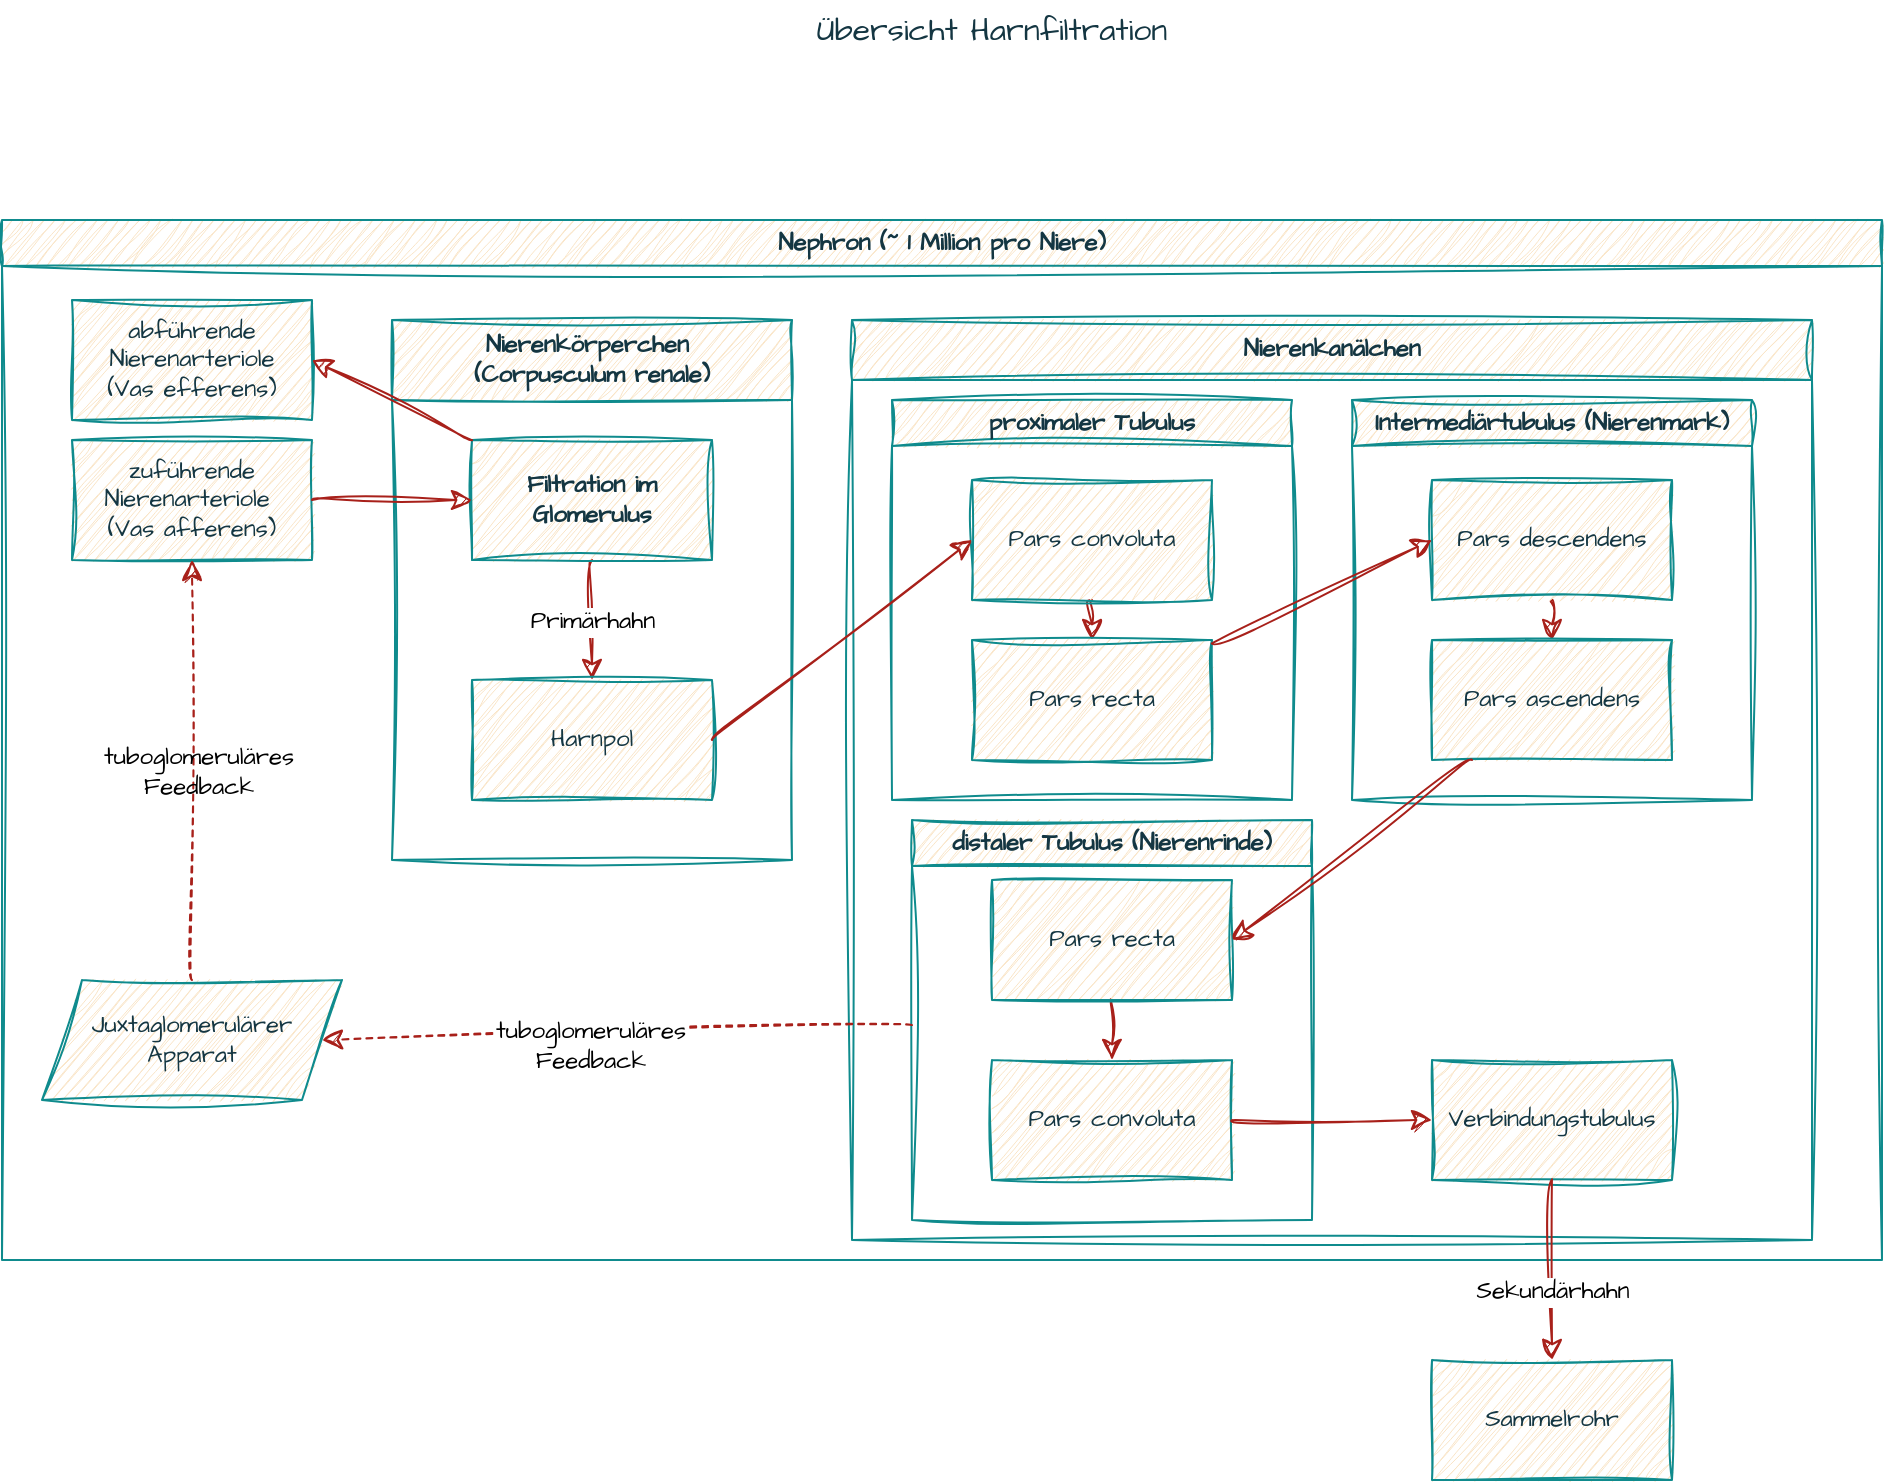
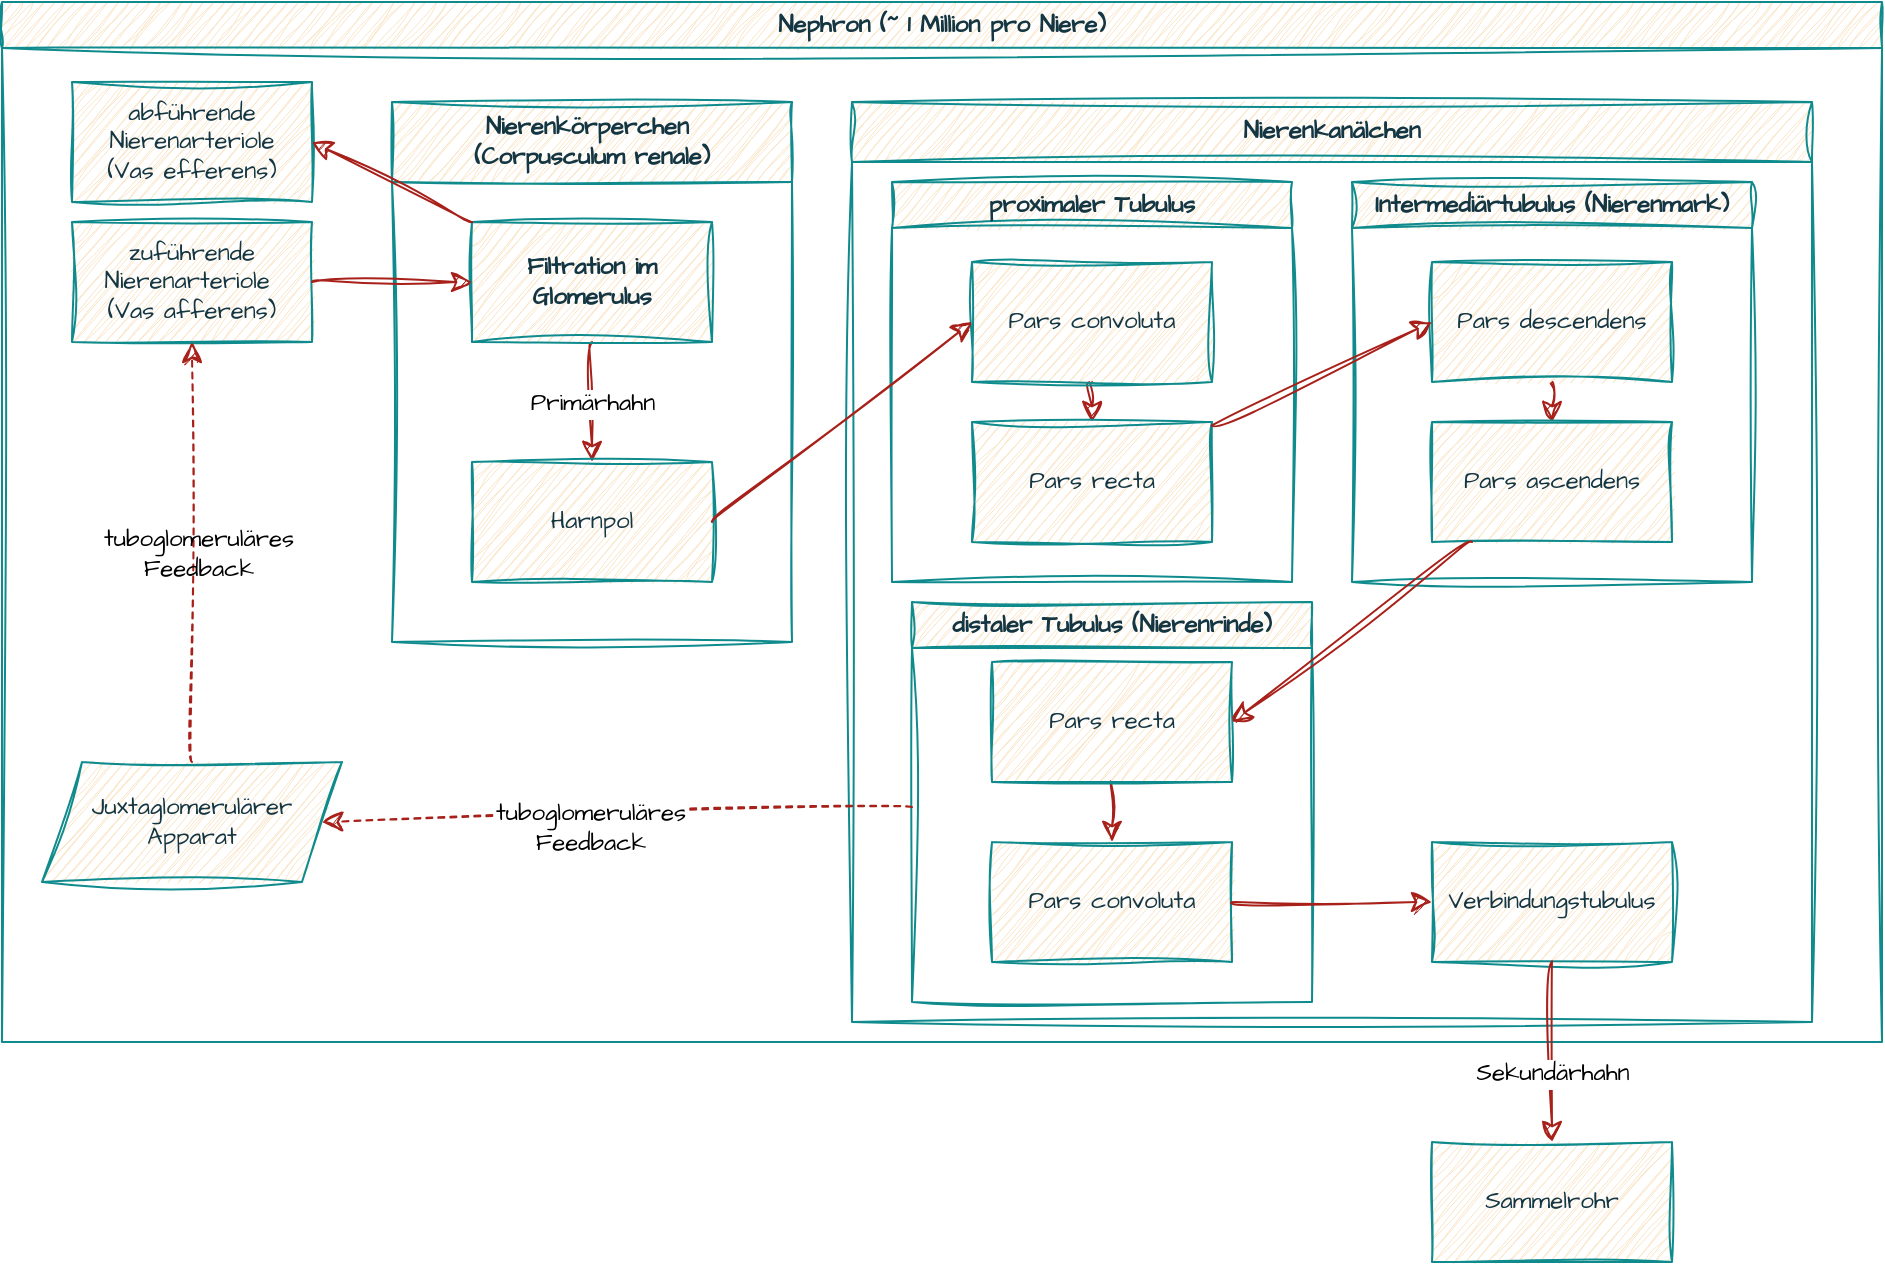
<mxfile host="app.diagrams.net">
  <diagram name="Seite-1" id="I6eGOou8YdSy6Y1GKJWq">
    <mxGraphModel dx="1268" dy="851" grid="1" gridSize="10" guides="1" tooltips="1" connect="1" arrows="1" fold="1" page="1" pageScale="1" pageWidth="1169" pageHeight="1169" math="0" shadow="0">
      <root>
        <mxCell id="0" />
        <mxCell id="1" parent="0" />
-         <mxCell id="ACUqaqOt_2HUggqEhYgN-1" parent="1" style="text;html=1;whiteSpace=wrap;strokeColor=none;fillColor=none;align=center;verticalAlign=middle;rounded=0;fontSize=16;fontFamily=Architects Daughter;fontSource=https%3A%2F%2Ffonts.googleapis.com%2Fcss%3Ffamily%3DArchitects%2BDaughter;sketch=1;curveFitting=1;jiggle=2;labelBackgroundColor=none;fontColor=#143642;" value="Übersicht Harnfiltration" vertex="1">
-           <mxGeometry height="30" width="210" x="410" y="100" as="geometry" />
-         </mxCell>
        <mxCell id="ACUqaqOt_2HUggqEhYgN-5" parent="1" style="swimlane;whiteSpace=wrap;html=1;hachureGap=4;fontFamily=Architects Daughter;fontSource=https%3A%2F%2Ffonts.googleapis.com%2Fcss%3Ffamily%3DArchitects%2BDaughter;rounded=0;sketch=1;curveFitting=1;jiggle=2;labelBackgroundColor=none;fillColor=#FAE5C7;strokeColor=#0F8B8D;fontColor=#143642;" value="Nephron (~ 1 Million pro Niere)" vertex="1">
          <mxGeometry height="520" width="940" x="20" y="210" as="geometry" />
        </mxCell>
        <mxCell id="ACUqaqOt_2HUggqEhYgN-6" parent="ACUqaqOt_2HUggqEhYgN-5" style="swimlane;whiteSpace=wrap;html=1;hachureGap=4;fontFamily=Architects Daughter;fontSource=https%3A%2F%2Ffonts.googleapis.com%2Fcss%3Ffamily%3DArchitects%2BDaughter;startSize=40;rounded=0;sketch=1;curveFitting=1;jiggle=2;labelBackgroundColor=none;fillColor=#FAE5C7;strokeColor=#0F8B8D;fontColor=#143642;" value="Nierenkörperchen&amp;nbsp;&lt;br&gt;(Corpusculum renale)" vertex="1">
          <mxGeometry height="270" width="200" x="195" y="50" as="geometry" />
        </mxCell>
        <mxCell id="ACUqaqOt_2HUggqEhYgN-12" edge="1" parent="ACUqaqOt_2HUggqEhYgN-6" source="ACUqaqOt_2HUggqEhYgN-3" style="edgeStyle=none;curved=1;rounded=0;hachureGap=4;orthogonalLoop=1;jettySize=auto;html=1;fontFamily=Architects Daughter;fontSource=https%3A%2F%2Ffonts.googleapis.com%2Fcss%3Ffamily%3DArchitects%2BDaughter;fontSize=12;startSize=8;endSize=8;sketch=1;curveFitting=1;jiggle=2;labelBackgroundColor=none;strokeColor=#A8201A;fontColor=default;" target="ACUqaqOt_2HUggqEhYgN-11">
          <mxGeometry relative="1" as="geometry" />
        </mxCell>
        <mxCell id="ACUqaqOt_2HUggqEhYgN-13" connectable="0" parent="ACUqaqOt_2HUggqEhYgN-12" style="edgeLabel;html=1;align=center;verticalAlign=middle;resizable=0;points=[];fontSize=12;hachureGap=4;fontFamily=Architects Daughter;fontSource=https%3A%2F%2Ffonts.googleapis.com%2Fcss%3Ffamily%3DArchitects%2BDaughter;rounded=0;sketch=1;curveFitting=1;jiggle=2;" value="Primärhahn" vertex="1">
          <mxGeometry relative="1" x="-0.4056" y="-1" as="geometry">
            <mxPoint x="1" y="13" as="offset" />
          </mxGeometry>
        </mxCell>
        <mxCell id="ACUqaqOt_2HUggqEhYgN-3" parent="ACUqaqOt_2HUggqEhYgN-6" style="whiteSpace=wrap;html=1;hachureGap=4;fontFamily=Architects Daughter;fontSource=https%3A%2F%2Ffonts.googleapis.com%2Fcss%3Ffamily%3DArchitects%2BDaughter;fontStyle=1;rounded=0;sketch=1;curveFitting=1;jiggle=2;labelBackgroundColor=none;fillColor=#FAE5C7;strokeColor=#0F8B8D;fontColor=#143642;" value="Filtration im Glomerulus" vertex="1">
          <mxGeometry height="60" width="120" x="40" y="60" as="geometry" />
        </mxCell>
        <mxCell id="ACUqaqOt_2HUggqEhYgN-11" parent="ACUqaqOt_2HUggqEhYgN-6" style="whiteSpace=wrap;html=1;hachureGap=4;fontFamily=Architects Daughter;fontSource=https%3A%2F%2Ffonts.googleapis.com%2Fcss%3Ffamily%3DArchitects%2BDaughter;rounded=0;sketch=1;curveFitting=1;jiggle=2;labelBackgroundColor=none;fillColor=#FAE5C7;strokeColor=#0F8B8D;fontColor=#143642;" value="Harnpol" vertex="1">
          <mxGeometry height="60" width="120" x="40" y="180" as="geometry" />
        </mxCell>
        <mxCell id="ACUqaqOt_2HUggqEhYgN-2" parent="ACUqaqOt_2HUggqEhYgN-5" style="rounded=0;whiteSpace=wrap;html=1;hachureGap=4;fontFamily=Architects Daughter;fontSource=https%3A%2F%2Ffonts.googleapis.com%2Fcss%3Ffamily%3DArchitects%2BDaughter;sketch=1;curveFitting=1;jiggle=2;labelBackgroundColor=none;fillColor=#FAE5C7;strokeColor=#0F8B8D;fontColor=#143642;" value="zuführende Nierenarteriole&amp;nbsp;&lt;br&gt;(Vas afferens)" vertex="1">
          <mxGeometry height="60" width="120" x="35" y="110" as="geometry" />
        </mxCell>
        <mxCell id="ACUqaqOt_2HUggqEhYgN-8" edge="1" parent="ACUqaqOt_2HUggqEhYgN-5" source="ACUqaqOt_2HUggqEhYgN-2" style="edgeStyle=none;curved=1;rounded=0;hachureGap=4;orthogonalLoop=1;jettySize=auto;html=1;entryX=0;entryY=0.5;entryDx=0;entryDy=0;fontFamily=Architects Daughter;fontSource=https%3A%2F%2Ffonts.googleapis.com%2Fcss%3Ffamily%3DArchitects%2BDaughter;fontSize=12;startSize=8;endSize=8;sketch=1;curveFitting=1;jiggle=2;labelBackgroundColor=none;strokeColor=#A8201A;fontColor=default;" target="ACUqaqOt_2HUggqEhYgN-3">
          <mxGeometry relative="1" as="geometry" />
        </mxCell>
        <mxCell id="ACUqaqOt_2HUggqEhYgN-36" edge="1" parent="ACUqaqOt_2HUggqEhYgN-5" source="ACUqaqOt_2HUggqEhYgN-33" style="edgeStyle=none;curved=1;rounded=0;hachureGap=4;orthogonalLoop=1;jettySize=auto;html=1;entryX=0.5;entryY=1;entryDx=0;entryDy=0;fontFamily=Architects Daughter;fontSource=https%3A%2F%2Ffonts.googleapis.com%2Fcss%3Ffamily%3DArchitects%2BDaughter;fontSize=12;startSize=8;endSize=8;dashed=1;sketch=1;curveFitting=1;jiggle=2;labelBackgroundColor=none;strokeColor=#A8201A;fontColor=default;" target="ACUqaqOt_2HUggqEhYgN-2">
          <mxGeometry relative="1" as="geometry" />
        </mxCell>
        <mxCell id="ACUqaqOt_2HUggqEhYgN-33" parent="ACUqaqOt_2HUggqEhYgN-5" style="shape=parallelogram;perimeter=parallelogramPerimeter;whiteSpace=wrap;html=1;fixedSize=1;hachureGap=4;fontFamily=Architects Daughter;fontSource=https%3A%2F%2Ffonts.googleapis.com%2Fcss%3Ffamily%3DArchitects%2BDaughter;rounded=0;sketch=1;curveFitting=1;jiggle=2;labelBackgroundColor=none;fillColor=#FAE5C7;strokeColor=#0F8B8D;fontColor=#143642;" value="Juxtaglomerulärer&lt;br&gt;Apparat" vertex="1">
          <mxGeometry height="60" width="150" x="20" y="380" as="geometry" />
        </mxCell>
        <mxCell id="ACUqaqOt_2HUggqEhYgN-9" parent="ACUqaqOt_2HUggqEhYgN-5" style="whiteSpace=wrap;html=1;hachureGap=4;fontFamily=Architects Daughter;fontSource=https%3A%2F%2Ffonts.googleapis.com%2Fcss%3Ffamily%3DArchitects%2BDaughter;rounded=0;sketch=1;curveFitting=1;jiggle=2;labelBackgroundColor=none;fillColor=#FAE5C7;strokeColor=#0F8B8D;fontColor=#143642;" value="&lt;div&gt;abführende Nierenarteriole&lt;/div&gt;(Vas efferens)" vertex="1">
          <mxGeometry height="60" width="120" x="35" y="40" as="geometry" />
        </mxCell>
        <mxCell id="ACUqaqOt_2HUggqEhYgN-10" edge="1" parent="ACUqaqOt_2HUggqEhYgN-5" source="ACUqaqOt_2HUggqEhYgN-3" style="edgeStyle=none;curved=1;rounded=0;hachureGap=4;orthogonalLoop=1;jettySize=auto;html=1;entryX=1;entryY=0.5;entryDx=0;entryDy=0;fontFamily=Architects Daughter;fontSource=https%3A%2F%2Ffonts.googleapis.com%2Fcss%3Ffamily%3DArchitects%2BDaughter;fontSize=12;startSize=8;endSize=8;sketch=1;curveFitting=1;jiggle=2;labelBackgroundColor=none;strokeColor=#A8201A;fontColor=default;" target="ACUqaqOt_2HUggqEhYgN-9">
          <mxGeometry relative="1" as="geometry" />
        </mxCell>
        <mxCell id="ACUqaqOt_2HUggqEhYgN-7" parent="ACUqaqOt_2HUggqEhYgN-5" style="swimlane;whiteSpace=wrap;html=1;hachureGap=4;fontFamily=Architects Daughter;fontSource=https://fonts.googleapis.com/css?family=Architects+Daughter;startSize=30;rounded=0;sketch=1;curveFitting=1;jiggle=2;labelBackgroundColor=none;fillColor=#FAE5C7;strokeColor=#0F8B8D;fontColor=#143642;" value="Nierenkanälchen" vertex="1">
          <mxGeometry height="460" width="480" x="425" y="50" as="geometry" />
        </mxCell>
        <mxCell id="ACUqaqOt_2HUggqEhYgN-15" parent="ACUqaqOt_2HUggqEhYgN-7" style="swimlane;whiteSpace=wrap;html=1;hachureGap=4;fontFamily=Architects Daughter;fontSource=https%3A%2F%2Ffonts.googleapis.com%2Fcss%3Ffamily%3DArchitects%2BDaughter;rounded=0;sketch=1;curveFitting=1;jiggle=2;labelBackgroundColor=none;fillColor=#FAE5C7;strokeColor=#0F8B8D;fontColor=#143642;" value="proximaler Tubulus" vertex="1">
          <mxGeometry height="200" width="200" x="20" y="40" as="geometry" />
        </mxCell>
        <mxCell id="ACUqaqOt_2HUggqEhYgN-22" edge="1" parent="ACUqaqOt_2HUggqEhYgN-15" source="ACUqaqOt_2HUggqEhYgN-16" style="edgeStyle=none;curved=1;rounded=0;hachureGap=4;orthogonalLoop=1;jettySize=auto;html=1;fontFamily=Architects Daughter;fontSource=https%3A%2F%2Ffonts.googleapis.com%2Fcss%3Ffamily%3DArchitects%2BDaughter;fontSize=12;startSize=8;endSize=8;sketch=1;curveFitting=1;jiggle=2;labelBackgroundColor=none;strokeColor=#A8201A;fontColor=default;" target="ACUqaqOt_2HUggqEhYgN-17">
          <mxGeometry relative="1" as="geometry" />
        </mxCell>
        <mxCell id="ACUqaqOt_2HUggqEhYgN-16" parent="ACUqaqOt_2HUggqEhYgN-15" style="whiteSpace=wrap;html=1;hachureGap=4;fontFamily=Architects Daughter;fontSource=https%3A%2F%2Ffonts.googleapis.com%2Fcss%3Ffamily%3DArchitects%2BDaughter;rounded=0;sketch=1;curveFitting=1;jiggle=2;labelBackgroundColor=none;fillColor=#FAE5C7;strokeColor=#0F8B8D;fontColor=#143642;" value="Pars convoluta" vertex="1">
          <mxGeometry height="60" width="120" x="40" y="40" as="geometry" />
        </mxCell>
        <mxCell id="ACUqaqOt_2HUggqEhYgN-17" parent="ACUqaqOt_2HUggqEhYgN-15" style="whiteSpace=wrap;html=1;hachureGap=4;fontFamily=Architects Daughter;fontSource=https%3A%2F%2Ffonts.googleapis.com%2Fcss%3Ffamily%3DArchitects%2BDaughter;rounded=0;sketch=1;curveFitting=1;jiggle=2;labelBackgroundColor=none;fillColor=#FAE5C7;strokeColor=#0F8B8D;fontColor=#143642;" value="Pars recta" vertex="1">
          <mxGeometry height="60" width="120" x="40" y="120" as="geometry" />
        </mxCell>
        <mxCell id="ACUqaqOt_2HUggqEhYgN-18" parent="ACUqaqOt_2HUggqEhYgN-7" style="swimlane;whiteSpace=wrap;html=1;hachureGap=4;fontFamily=Architects Daughter;fontSource=https%3A%2F%2Ffonts.googleapis.com%2Fcss%3Ffamily%3DArchitects%2BDaughter;startSize=23;rounded=0;sketch=1;curveFitting=1;jiggle=2;labelBackgroundColor=none;fillColor=#FAE5C7;strokeColor=#0F8B8D;fontColor=#143642;" value="Intermediärtubulus (Nierenmark)" vertex="1">
          <mxGeometry height="200" width="200" x="250" y="40" as="geometry" />
        </mxCell>
        <mxCell id="ACUqaqOt_2HUggqEhYgN-24" edge="1" parent="ACUqaqOt_2HUggqEhYgN-18" source="ACUqaqOt_2HUggqEhYgN-19" style="edgeStyle=none;curved=1;rounded=0;hachureGap=4;orthogonalLoop=1;jettySize=auto;html=1;fontFamily=Architects Daughter;fontSource=https%3A%2F%2Ffonts.googleapis.com%2Fcss%3Ffamily%3DArchitects%2BDaughter;fontSize=12;startSize=8;endSize=8;sketch=1;curveFitting=1;jiggle=2;labelBackgroundColor=none;strokeColor=#A8201A;fontColor=default;" target="ACUqaqOt_2HUggqEhYgN-20">
          <mxGeometry relative="1" as="geometry" />
        </mxCell>
        <mxCell id="ACUqaqOt_2HUggqEhYgN-19" parent="ACUqaqOt_2HUggqEhYgN-18" style="whiteSpace=wrap;html=1;hachureGap=4;fontFamily=Architects Daughter;fontSource=https%3A%2F%2Ffonts.googleapis.com%2Fcss%3Ffamily%3DArchitects%2BDaughter;rounded=0;sketch=1;curveFitting=1;jiggle=2;labelBackgroundColor=none;fillColor=#FAE5C7;strokeColor=#0F8B8D;fontColor=#143642;" value="Pars descendens" vertex="1">
          <mxGeometry height="60" width="120" x="40" y="40" as="geometry" />
        </mxCell>
        <mxCell id="ACUqaqOt_2HUggqEhYgN-20" parent="ACUqaqOt_2HUggqEhYgN-18" style="whiteSpace=wrap;html=1;hachureGap=4;fontFamily=Architects Daughter;fontSource=https%3A%2F%2Ffonts.googleapis.com%2Fcss%3Ffamily%3DArchitects%2BDaughter;rounded=0;sketch=1;curveFitting=1;jiggle=2;labelBackgroundColor=none;fillColor=#FAE5C7;strokeColor=#0F8B8D;fontColor=#143642;" value="Pars ascendens" vertex="1">
          <mxGeometry height="60" width="120" x="40" y="120" as="geometry" />
        </mxCell>
        <mxCell id="ACUqaqOt_2HUggqEhYgN-23" edge="1" parent="ACUqaqOt_2HUggqEhYgN-7" source="ACUqaqOt_2HUggqEhYgN-17" style="edgeStyle=none;curved=1;rounded=0;hachureGap=4;orthogonalLoop=1;jettySize=auto;html=1;entryX=0;entryY=0.5;entryDx=0;entryDy=0;fontFamily=Architects Daughter;fontSource=https%3A%2F%2Ffonts.googleapis.com%2Fcss%3Ffamily%3DArchitects%2BDaughter;fontSize=12;startSize=8;endSize=8;sketch=1;curveFitting=1;jiggle=2;labelBackgroundColor=none;strokeColor=#A8201A;fontColor=default;" target="ACUqaqOt_2HUggqEhYgN-19">
          <mxGeometry relative="1" as="geometry" />
        </mxCell>
        <mxCell id="ACUqaqOt_2HUggqEhYgN-25" parent="ACUqaqOt_2HUggqEhYgN-7" style="swimlane;whiteSpace=wrap;html=1;hachureGap=4;fontFamily=Architects Daughter;fontSource=https%3A%2F%2Ffonts.googleapis.com%2Fcss%3Ffamily%3DArchitects%2BDaughter;rounded=0;sketch=1;curveFitting=1;jiggle=2;labelBackgroundColor=none;fillColor=#FAE5C7;strokeColor=#0F8B8D;fontColor=#143642;" value="distaler Tubulus (Nierenrinde)" vertex="1">
          <mxGeometry height="200" width="200" x="30" y="250" as="geometry" />
        </mxCell>
        <mxCell id="ACUqaqOt_2HUggqEhYgN-29" edge="1" parent="ACUqaqOt_2HUggqEhYgN-25" source="ACUqaqOt_2HUggqEhYgN-26" style="edgeStyle=none;curved=1;rounded=0;hachureGap=4;orthogonalLoop=1;jettySize=auto;html=1;fontFamily=Architects Daughter;fontSource=https%3A%2F%2Ffonts.googleapis.com%2Fcss%3Ffamily%3DArchitects%2BDaughter;fontSize=12;startSize=8;endSize=8;sketch=1;curveFitting=1;jiggle=2;labelBackgroundColor=none;strokeColor=#A8201A;fontColor=default;" target="ACUqaqOt_2HUggqEhYgN-28">
          <mxGeometry relative="1" as="geometry" />
        </mxCell>
        <mxCell id="ACUqaqOt_2HUggqEhYgN-26" parent="ACUqaqOt_2HUggqEhYgN-25" style="whiteSpace=wrap;html=1;hachureGap=4;fontFamily=Architects Daughter;fontSource=https%3A%2F%2Ffonts.googleapis.com%2Fcss%3Ffamily%3DArchitects%2BDaughter;rounded=0;sketch=1;curveFitting=1;jiggle=2;labelBackgroundColor=none;fillColor=#FAE5C7;strokeColor=#0F8B8D;fontColor=#143642;" value="Pars recta" vertex="1">
          <mxGeometry height="60" width="120" x="40" y="30" as="geometry" />
        </mxCell>
        <mxCell id="ACUqaqOt_2HUggqEhYgN-28" parent="ACUqaqOt_2HUggqEhYgN-25" style="whiteSpace=wrap;html=1;hachureGap=4;fontFamily=Architects Daughter;fontSource=https%3A%2F%2Ffonts.googleapis.com%2Fcss%3Ffamily%3DArchitects%2BDaughter;rounded=0;sketch=1;curveFitting=1;jiggle=2;labelBackgroundColor=none;fillColor=#FAE5C7;strokeColor=#0F8B8D;fontColor=#143642;" value="Pars convoluta" vertex="1">
          <mxGeometry height="60" width="120" x="40" y="120" as="geometry" />
        </mxCell>
        <mxCell id="ACUqaqOt_2HUggqEhYgN-31" edge="1" parent="ACUqaqOt_2HUggqEhYgN-7" source="ACUqaqOt_2HUggqEhYgN-20" style="edgeStyle=none;curved=1;rounded=0;hachureGap=4;orthogonalLoop=1;jettySize=auto;html=1;entryX=1;entryY=0.5;entryDx=0;entryDy=0;fontFamily=Architects Daughter;fontSource=https%3A%2F%2Ffonts.googleapis.com%2Fcss%3Ffamily%3DArchitects%2BDaughter;fontSize=12;startSize=8;endSize=8;sketch=1;curveFitting=1;jiggle=2;labelBackgroundColor=none;strokeColor=#A8201A;fontColor=default;" target="ACUqaqOt_2HUggqEhYgN-26">
          <mxGeometry relative="1" as="geometry" />
        </mxCell>
        <mxCell id="0LZVvytq-rLaX6Ikg80r-2" parent="ACUqaqOt_2HUggqEhYgN-7" style="whiteSpace=wrap;html=1;sketch=1;hachureGap=4;jiggle=2;curveFitting=1;strokeColor=#0F8B8D;fontFamily=Architects Daughter;fontSource=https%3A%2F%2Ffonts.googleapis.com%2Fcss%3Ffamily%3DArchitects%2BDaughter;fontColor=#143642;fillColor=#FAE5C7;" value="Verbindungstubulus" vertex="1">
          <mxGeometry height="60" width="120" x="290" y="370" as="geometry" />
        </mxCell>
        <mxCell id="0LZVvytq-rLaX6Ikg80r-3" edge="1" parent="ACUqaqOt_2HUggqEhYgN-7" source="ACUqaqOt_2HUggqEhYgN-28" style="edgeStyle=none;curved=1;rounded=0;sketch=1;hachureGap=4;jiggle=2;curveFitting=1;orthogonalLoop=1;jettySize=auto;html=1;strokeColor=#A8201A;fontFamily=Architects Daughter;fontSource=https%3A%2F%2Ffonts.googleapis.com%2Fcss%3Ffamily%3DArchitects%2BDaughter;fontSize=12;fontColor=#143642;startSize=8;endSize=8;fillColor=#FAE5C7;" target="0LZVvytq-rLaX6Ikg80r-2">
          <mxGeometry relative="1" as="geometry" />
        </mxCell>
        <mxCell id="ACUqaqOt_2HUggqEhYgN-21" edge="1" parent="ACUqaqOt_2HUggqEhYgN-5" source="ACUqaqOt_2HUggqEhYgN-11" style="edgeStyle=none;curved=1;rounded=0;hachureGap=4;orthogonalLoop=1;jettySize=auto;html=1;entryX=0;entryY=0.5;entryDx=0;entryDy=0;fontFamily=Architects Daughter;fontSource=https%3A%2F%2Ffonts.googleapis.com%2Fcss%3Ffamily%3DArchitects%2BDaughter;fontSize=12;startSize=8;endSize=8;exitX=1;exitY=0.5;exitDx=0;exitDy=0;sketch=1;curveFitting=1;jiggle=2;labelBackgroundColor=none;strokeColor=#A8201A;fontColor=default;" target="ACUqaqOt_2HUggqEhYgN-16">
          <mxGeometry relative="1" as="geometry" />
        </mxCell>
        <mxCell id="ACUqaqOt_2HUggqEhYgN-34" edge="1" parent="ACUqaqOt_2HUggqEhYgN-5" source="ACUqaqOt_2HUggqEhYgN-25" style="edgeStyle=none;curved=1;rounded=0;hachureGap=4;orthogonalLoop=1;jettySize=auto;html=1;entryX=1;entryY=0.5;entryDx=0;entryDy=0;fontFamily=Architects Daughter;fontSource=https%3A%2F%2Ffonts.googleapis.com%2Fcss%3Ffamily%3DArchitects%2BDaughter;fontSize=12;startSize=8;endSize=8;dashed=1;sketch=1;curveFitting=1;jiggle=2;labelBackgroundColor=none;strokeColor=#A8201A;fontColor=default;" target="ACUqaqOt_2HUggqEhYgN-33">
          <mxGeometry relative="1" as="geometry" />
        </mxCell>
        <mxCell id="ACUqaqOt_2HUggqEhYgN-40" connectable="0" parent="ACUqaqOt_2HUggqEhYgN-34" style="edgeLabel;html=1;align=center;verticalAlign=middle;resizable=0;points=[];fontSize=12;hachureGap=4;fontFamily=Architects Daughter;fontSource=https%3A%2F%2Ffonts.googleapis.com%2Fcss%3Ffamily%3DArchitects%2BDaughter;rounded=0;sketch=1;curveFitting=1;jiggle=2;" value="tuboglomeruläres&lt;br&gt;Feedback" vertex="1">
          <mxGeometry relative="1" x="0.0955" y="6" as="geometry">
            <mxPoint as="offset" />
          </mxGeometry>
        </mxCell>
        <mxCell id="ACUqaqOt_2HUggqEhYgN-41" connectable="0" parent="ACUqaqOt_2HUggqEhYgN-5" style="edgeLabel;html=1;align=center;verticalAlign=middle;resizable=0;points=[];fontSize=12;hachureGap=4;fontFamily=Architects Daughter;fontSource=https://fonts.googleapis.com/css?family=Architects+Daughter;rounded=0;sketch=1;curveFitting=1;jiggle=2;labelBackgroundColor=none;" value="tuboglomeruläres&lt;br&gt;Feedback" vertex="1">
          <mxGeometry x="30" y="270" as="geometry">
            <mxPoint x="68" y="6" as="offset" />
          </mxGeometry>
        </mxCell>
        <mxCell id="ACUqaqOt_2HUggqEhYgN-37" parent="1" style="whiteSpace=wrap;html=1;hachureGap=4;fontFamily=Architects Daughter;fontSource=https%3A%2F%2Ffonts.googleapis.com%2Fcss%3Ffamily%3DArchitects%2BDaughter;rounded=0;sketch=1;curveFitting=1;jiggle=2;labelBackgroundColor=none;fillColor=#FAE5C7;strokeColor=#0F8B8D;fontColor=#143642;" value="Sammelrohr" vertex="1">
          <mxGeometry height="60" width="120" x="735" y="780" as="geometry" />
        </mxCell>
        <mxCell id="ACUqaqOt_2HUggqEhYgN-38" edge="1" parent="1" source="0LZVvytq-rLaX6Ikg80r-2" style="edgeStyle=none;curved=1;rounded=0;hachureGap=4;orthogonalLoop=1;jettySize=auto;html=1;fontFamily=Architects Daughter;fontSource=https%3A%2F%2Ffonts.googleapis.com%2Fcss%3Ffamily%3DArchitects%2BDaughter;fontSize=12;startSize=8;endSize=8;sketch=1;curveFitting=1;jiggle=2;labelBackgroundColor=none;strokeColor=#A8201A;fontColor=default;exitX=0.5;exitY=1;exitDx=0;exitDy=0;" target="ACUqaqOt_2HUggqEhYgN-37">
          <mxGeometry relative="1" as="geometry" />
        </mxCell>
        <mxCell id="ACUqaqOt_2HUggqEhYgN-39" connectable="0" parent="ACUqaqOt_2HUggqEhYgN-38" style="edgeLabel;html=1;align=center;verticalAlign=middle;resizable=0;points=[];fontSize=12;hachureGap=4;fontFamily=Architects Daughter;fontSource=https%3A%2F%2Ffonts.googleapis.com%2Fcss%3Ffamily%3DArchitects%2BDaughter;rounded=0;sketch=1;curveFitting=1;jiggle=2;" value="Sekundärhahn" vertex="1">
          <mxGeometry relative="1" x="0.0426" y="1" as="geometry">
            <mxPoint x="-1" y="9" as="offset" />
          </mxGeometry>
        </mxCell>
      </root>
    </mxGraphModel>
  </diagram>
</mxfile>
